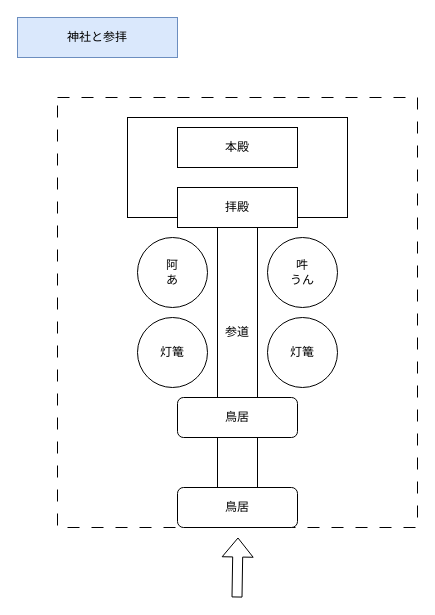
The draw.io diagram qiita_memory_3_jinja.drawio in YossyIto/booklog_drowio, before the edit. Source tidied: cells renumbered, new cells numbered last; positions are measured from the earlier drawing's top-left corner, leaving out a move shared by most shapes. Both pictures are drawn from the tidied source at 100%, with x=0, y=0 at pixel (17, 17).
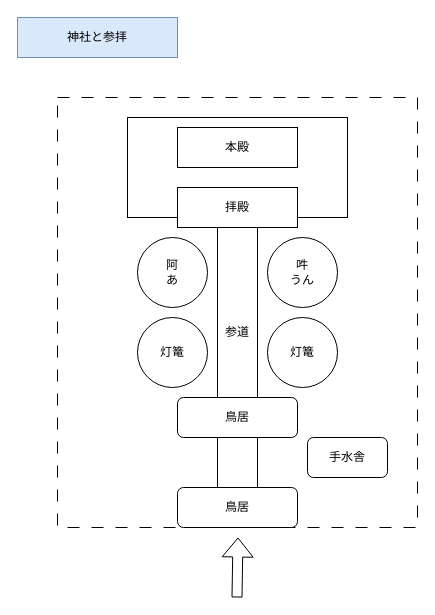
After the change.

Commit message:
qiita_memory_3_jinja.drawio を更新します

The edit, as a diff of the source:
```diff
@@
 <mxGraphModel>
   <root>
     <mxCell id="0" />
     <mxCell id="1" parent="0" />
     <mxCell id="2" value="神社と参拝" style="text;html=1;align=center;verticalAlign=middle;whiteSpace=wrap;rounded=0;fillColor=#dae8fc;strokeColor=#6c8ebf;" parent="1" vertex="1">
       <mxGeometry width="160" height="40" as="geometry" />
     </mxCell>
     <mxCell id="3" style="rounded=0;whiteSpace=wrap;html=1;dashed=1;dashPattern=12 12;" parent="1" vertex="1">
       <mxGeometry x="40" y="80" width="360" height="430" as="geometry" />
     </mxCell>
     <mxCell id="4" style="shape=flexArrow;endArrow=classic;html=1;rounded=0;entryX=0.6;entryY=0.9;entryDx=0;entryDy=0;entryPerimeter=0;" parent="1" edge="1">
       <mxGeometry relative="1" as="geometry">
         <mxPoint x="219.5" y="580" as="sourcePoint" />
         <mxPoint x="220.5" y="520" as="targetPoint" />
       </mxGeometry>
     </mxCell>
     <mxCell id="5" style="rounded=0;whiteSpace=wrap;html=1;" parent="1" vertex="1">
       <mxGeometry x="200" y="210" width="40" height="300" as="geometry" />
     </mxCell>
     <mxCell id="6" value="参道" style="text;html=1;align=center;verticalAlign=middle;whiteSpace=wrap;rounded=0;" parent="1" vertex="1">
       <mxGeometry x="190" y="300" width="60" height="30" as="geometry" />
     </mxCell>
     <mxCell id="7" style="rounded=0;whiteSpace=wrap;html=1;" parent="1" vertex="1">
       <mxGeometry x="110" y="100" width="220" height="100" as="geometry" />
     </mxCell>
     <mxCell id="8" value="本殿" style="rounded=0;whiteSpace=wrap;html=1;" parent="1" vertex="1">
       <mxGeometry x="160" y="110" width="120" height="40" as="geometry" />
     </mxCell>
     <mxCell id="9" value="拝殿" style="rounded=0;whiteSpace=wrap;html=1;" parent="1" vertex="1">
       <mxGeometry x="160" y="170" width="120" height="40" as="geometry" />
     </mxCell>
     <mxCell id="10" value="鳥居" style="rounded=1;whiteSpace=wrap;html=1;" parent="1" vertex="1">
       <mxGeometry x="160" y="380" width="120" height="40" as="geometry" />
     </mxCell>
     <mxCell id="11" value="阿&lt;div&gt;あ&lt;/div&gt;" style="ellipse;whiteSpace=wrap;html=1;" parent="1" vertex="1">
       <mxGeometry x="120" y="220" width="70" height="70" as="geometry" />
     </mxCell>
     <mxCell id="12" value="吽&lt;div&gt;うん&lt;/div&gt;" style="ellipse;whiteSpace=wrap;html=1;" parent="1" vertex="1">
       <mxGeometry x="250" y="220" width="70" height="70" as="geometry" />
     </mxCell>
     <mxCell id="13" value="鳥居" style="rounded=1;whiteSpace=wrap;html=1;" parent="1" vertex="1">
       <mxGeometry x="160" y="470" width="120" height="40" as="geometry" />
     </mxCell>
     <mxCell id="14" value="灯篭" style="ellipse;whiteSpace=wrap;html=1;" parent="1" vertex="1">
       <mxGeometry x="250" y="300" width="70" height="70" as="geometry" />
     </mxCell>
     <mxCell id="15" value="灯篭" style="ellipse;whiteSpace=wrap;html=1;" parent="1" vertex="1">
       <mxGeometry x="120" y="300" width="70" height="70" as="geometry" />
     </mxCell>
+    <mxCell id="16" value="手水舎" style="rounded=1;whiteSpace=wrap;html=1;" parent="1" vertex="1">
+      <mxGeometry x="290" y="420" width="80" height="40" as="geometry" />
+    </mxCell>
   </root>
 </mxGraphModel>
```
